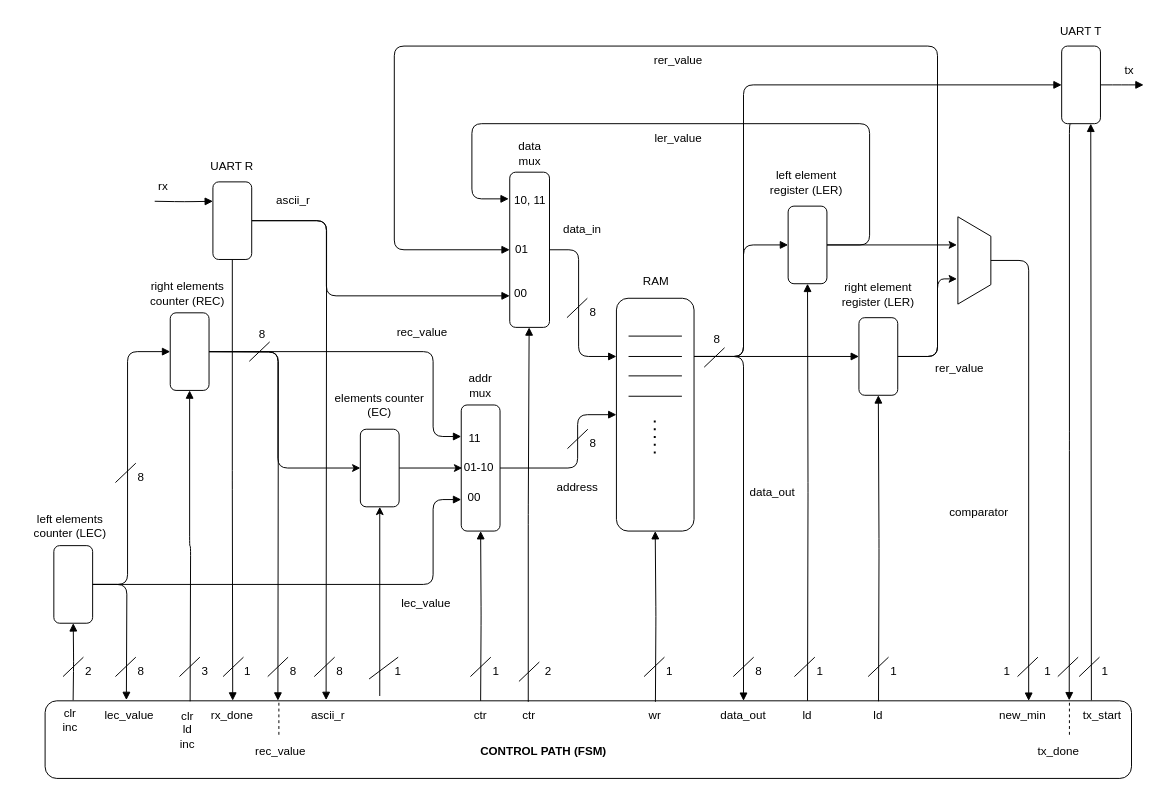
Above: insert_sort_fsmd.drawio in Ibbert/CS4110-Project-assignment (draw.io), before the change. Source tidied: cells renumbered, new cells numbered last; positions are measured from the earlier drawing's top-left corner, leaving out a move shared by most shapes. Both pictures are drawn from the tidied source at 97%, with x=0, y=0 at pixel (16, 16).
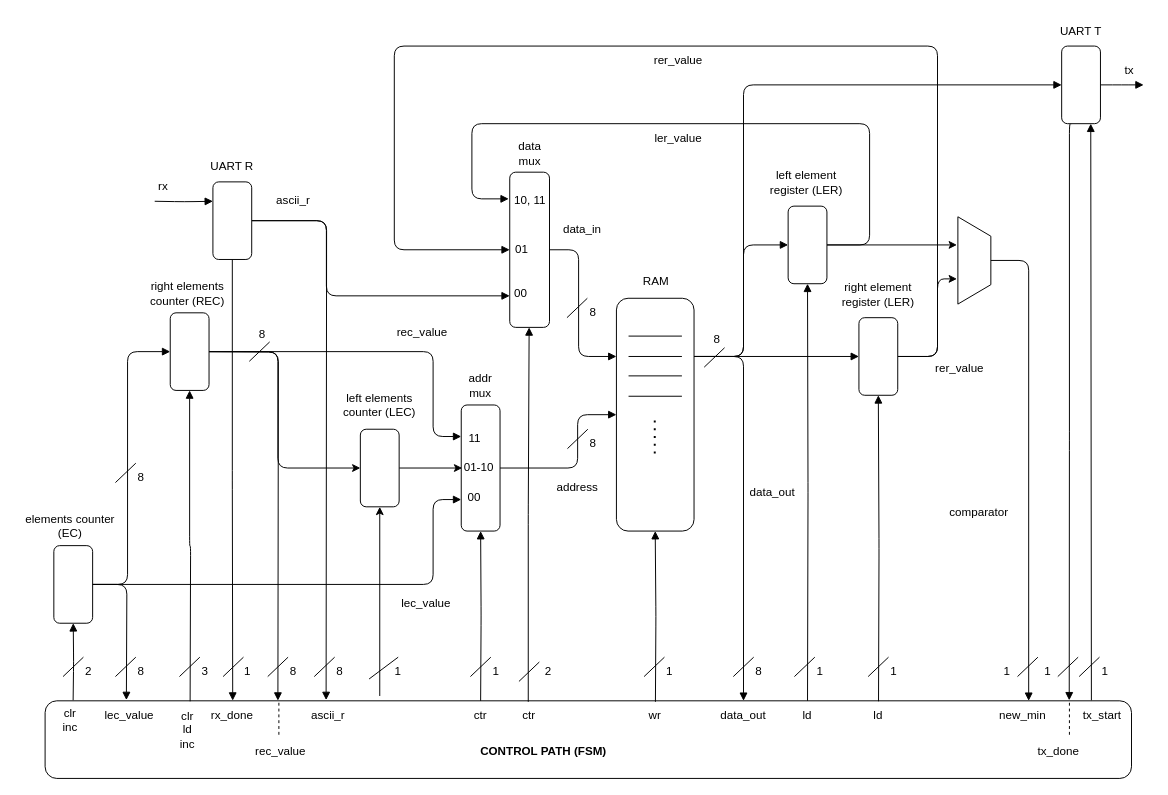
After the change.

Commit message:
good fsmd

What changed in the source:
```diff
@@
-    <mxCell id="133" value="left elements counter (LEC)" style="text;html=1;strokeColor=none;fillColor=none;align=center;verticalAlign=middle;whiteSpace=wrap;rounded=0;" parent="1" vertex="1">
+    <mxCell id="133" value="elements counter (EC)" style="text;html=1;strokeColor=none;fillColor=none;align=center;verticalAlign=middle;whiteSpace=wrap;rounded=0;" parent="1" vertex="1">
       <mxGeometry y="510" width="110" height="30" as="geometry" />
     </mxCell>
@@
-    <mxCell id="137" value="elements counter (EC)" style="text;html=1;strokeColor=none;fillColor=none;align=center;verticalAlign=middle;whiteSpace=wrap;rounded=0;" parent="1" vertex="1">
+    <mxCell id="137" value="left elements counter (LEC)" style="text;html=1;strokeColor=none;fillColor=none;align=center;verticalAlign=middle;whiteSpace=wrap;rounded=0;" parent="1" vertex="1">
       <mxGeometry x="319" y="385" width="110" height="30" as="geometry" />
     </mxCell>
```
